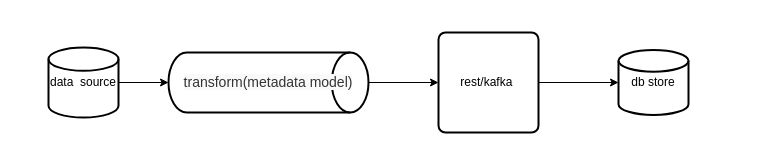
Before: metadata_ingestion.drawio in zsdyx/architecture-diagram, a draw.io diagram. Source tidied: cells renumbered, new cells numbered last; positions are measured from the earlier drawing's top-left corner, leaving out a move shared by most shapes. Both pictures are drawn from the tidied source at 100%, with x=0, y=0 at pixel (48, 32).
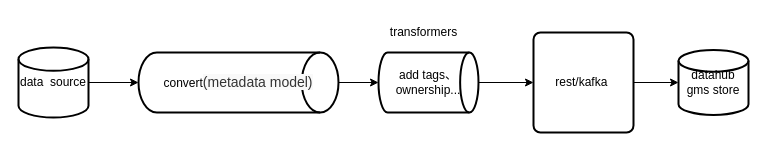
The same page after the edit.

The edit, as a diff of the source:
```diff
@@
 <mxGraphModel>
   <root>
     <mxCell id="0" />
     <mxCell id="1" parent="0" />
     <mxCell id="2" style="edgeStyle=orthogonalEdgeStyle;rounded=0;jettySize=auto;html=1;exitX=1;exitY=0.5;exitDx=0;exitDy=0;exitPerimeter=0;entryX=0;entryY=0.5;entryDx=0;entryDy=0;entryPerimeter=0;" parent="1" edge="1" source="3" target="5">
       <mxGeometry relative="1" as="geometry" />
     </mxCell>
     <mxCell id="3" value="data &amp;nbsp;source" style="strokeWidth=2;html=1;shape=mxgraph.flowchart.database;whiteSpace=wrap;" parent="1" vertex="1">
-      <mxGeometry y="15" width="70" height="70" as="geometry" />
+      <mxGeometry x="-30" y="15" width="70" height="70" as="geometry" />
     </mxCell>
-    <mxCell id="4" style="edgeStyle=orthogonalEdgeStyle;rounded=0;jettySize=auto;html=1;exitX=1;exitY=0.5;exitDx=0;exitDy=0;exitPerimeter=0;entryX=0;entryY=0.5;entryDx=0;entryDy=0;" parent="1" edge="1" source="5" target="8">
-      <mxGeometry relative="1" as="geometry" />
-    </mxCell>
+    <mxCell id="9" style="edgeStyle=orthogonalEdgeStyle;rounded=0;jettySize=auto;html=1;exitX=1;exitY=0.5;exitDx=0;exitDy=0;exitPerimeter=0;entryX=0;entryY=0.5;entryDx=0;entryDy=0;entryPerimeter=0;" parent="1" edge="1" source="5" target="12">
+      <mxGeometry relative="1" as="geometry" />
+    </mxCell>
-    <mxCell id="5" value="&lt;span style=&quot;text-align: start; caret-color: rgb(51, 51, 51); color: rgb(51, 51, 51); font-family: Arial, &amp;quot;PingFang SC&amp;quot;, &amp;quot;Hiragino Sans GB&amp;quot;, STHeiti, &amp;quot;Microsoft YaHei&amp;quot;, &amp;quot;WenQuanYi Micro Hei&amp;quot;, sans-serif; font-size: 14px; background-color: rgb(249, 249, 249);&quot;&gt;transform(metadata model)&lt;/span&gt;" style="strokeWidth=2;html=1;shape=mxgraph.flowchart.direct_data;whiteSpace=wrap;" parent="1" vertex="1">
-      <mxGeometry x="120" y="20" width="200" height="60" as="geometry" />
+    <mxCell id="5" value="convert&lt;span style=&quot;text-align: start; caret-color: rgb(51, 51, 51); color: rgb(51, 51, 51); font-family: Arial, &amp;quot;PingFang SC&amp;quot;, &amp;quot;Hiragino Sans GB&amp;quot;, STHeiti, &amp;quot;Microsoft YaHei&amp;quot;, &amp;quot;WenQuanYi Micro Hei&amp;quot;, sans-serif; font-size: 14px; background-color: rgb(249, 249, 249);&quot;&gt;(metadata model)&lt;/span&gt;" style="strokeWidth=2;html=1;shape=mxgraph.flowchart.direct_data;whiteSpace=wrap;" parent="1" vertex="1">
+      <mxGeometry x="90" y="20" width="200" height="60" as="geometry" />
     </mxCell>
-    <mxCell id="6" value="db store" style="strokeWidth=2;html=1;shape=mxgraph.flowchart.database;whiteSpace=wrap;" parent="1" vertex="1">
-      <mxGeometry x="570" y="17.5" width="70" height="65" as="geometry" />
+    <mxCell id="6" value="datahub gms store" style="strokeWidth=2;html=1;shape=mxgraph.flowchart.database;whiteSpace=wrap;" parent="1" vertex="1">
+      <mxGeometry x="630" y="17.5" width="70" height="65" as="geometry" />
     </mxCell>
     <mxCell id="7" style="edgeStyle=orthogonalEdgeStyle;rounded=0;jettySize=auto;html=1;exitX=1;exitY=0.5;exitDx=0;exitDy=0;entryX=0;entryY=0.5;entryDx=0;entryDy=0;entryPerimeter=0;" parent="1" edge="1" source="8" target="6">
       <mxGeometry relative="1" as="geometry" />
     </mxCell>
     <mxCell id="8" value="rest/kafka&amp;nbsp;" style="rounded=1;whiteSpace=wrap;html=1;absoluteArcSize=1;arcSize=14;strokeWidth=2;" parent="1" vertex="1">
-      <mxGeometry x="390" width="100" height="100" as="geometry" />
+      <mxGeometry x="485" width="100" height="100" as="geometry" />
     </mxCell>
+    <mxCell id="10" value="transformers" style="text;html=1;align=center;verticalAlign=middle;fillColor=none;strokeColor=none;rounded=0;" parent="1" vertex="1">
+      <mxGeometry x="330" y="-15" width="90" height="30" as="geometry" />
+    </mxCell>
+    <mxCell id="11" style="edgeStyle=orthogonalEdgeStyle;rounded=0;jettySize=auto;html=1;exitX=1;exitY=0.5;exitDx=0;exitDy=0;exitPerimeter=0;entryX=0;entryY=0.5;entryDx=0;entryDy=0;" parent="1" edge="1" source="12" target="8">
+      <mxGeometry relative="1" as="geometry" />
+    </mxCell>
+    <mxCell id="12" value="add tags、ownership..." style="strokeWidth=2;html=1;shape=mxgraph.flowchart.direct_data;whiteSpace=wrap;" parent="1" vertex="1">
+      <mxGeometry x="330" y="20" width="100" height="60" as="geometry" />
+    </mxCell>
+    <mxCell id="13" style="edgeStyle=orthogonalEdgeStyle;rounded=0;orthogonalLoop=1;jettySize=auto;html=1;exitX=0.5;exitY=1;exitDx=0;exitDy=0;exitPerimeter=0;" parent="1" edge="1" source="12" target="12">
+      <mxGeometry relative="1" as="geometry" />
+    </mxCell>
   </root>
 </mxGraphModel>
```
